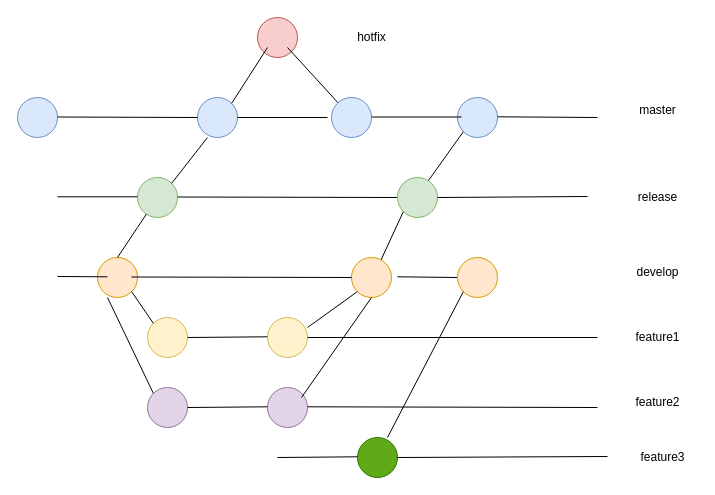
The draw.io diagram Untitled Diagram.drawio in saurasp/assignment, before the edit. Source tidied: cells renumbered, new cells numbered last; positions are measured from the earlier drawing's top-left corner, leaving out a move shared by most shapes. Both pictures are drawn from the tidied source at 100%, with x=0, y=0 at pixel (17, 17).
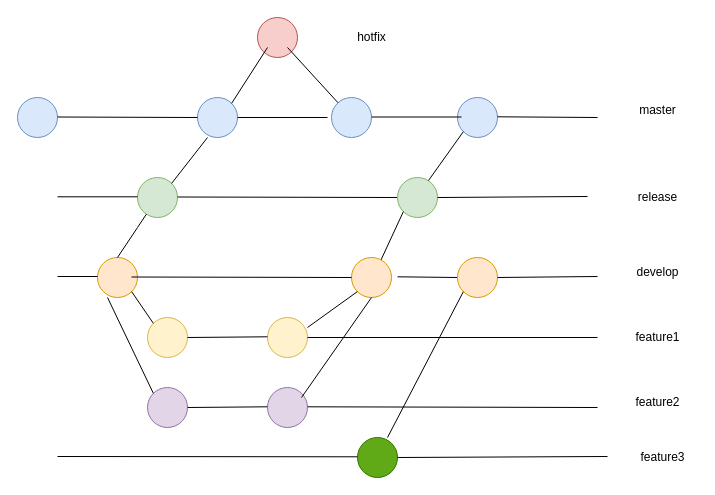
The same diagram, later.

The change refers to these unchanged cells:
```xml
<mxCell id="46" style="ellipse;whiteSpace=wrap;html=1;fillColor=#ffe6cc;strokeColor=#d79b00;" parent="1" vertex="1">
  <mxGeometry x="440" y="240" width="40" height="40" as="geometry" />
</mxCell>
```

The edit, as a diff of the source:
```diff
@@
     <mxCell id="37" style="endArrow=none;html=1;rounded=0;" parent="1" edge="1">
       <mxGeometry relative="1" as="geometry">
         <mxPoint x="40" y="259" as="sourcePoint" />
-        <mxPoint x="90" y="259.3" as="targetPoint" />
+        <mxPoint x="80" y="259" as="targetPoint" />
       </mxGeometry>
     </mxCell>
@@
-    <mxCell id="47" style="endArrow=none;html=1;rounded=0;exitX=1;exitY=0.5;exitDx=0;exitDy=0;" parent="1" edge="1">
+    <mxCell id="47" style="endArrow=none;html=1;rounded=0;" parent="1" edge="1">
       <mxGeometry relative="1" as="geometry">
-        <mxPoint x="260" y="440" as="sourcePoint" />
+        <mxPoint x="40" y="439" as="sourcePoint" />
         <mxPoint x="340" y="439.3" as="targetPoint" />
       </mxGeometry>
     </mxCell>
@@
+    <mxCell id="51" style="endArrow=none;html=1;rounded=0;exitX=1;exitY=0.5;exitDx=0;exitDy=0;" parent="1" edge="1" source="46">
+      <mxGeometry relative="1" as="geometry">
+        <mxPoint x="580" y="259" as="targetPoint" />
+      </mxGeometry>
+    </mxCell>
```
